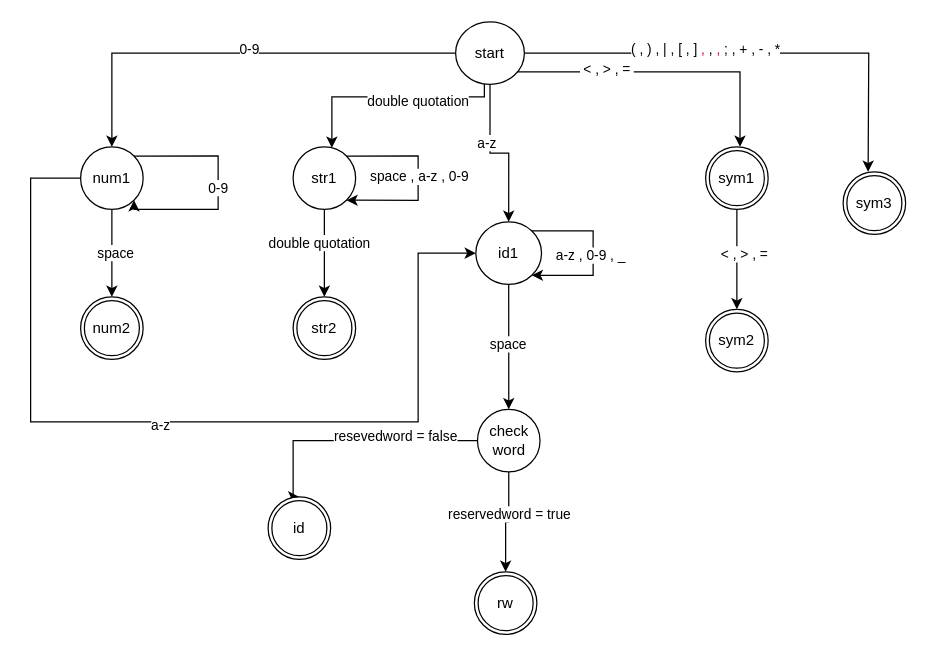
Above: transition diagram.drawio in kasrafouladi/DSAproject (draw.io), before the change. Source tidied: cells renumbered, new cells numbered last; positions are measured from the earlier drawing's top-left corner, leaving out a move shared by most shapes. Both pictures are drawn from the tidied source at 125%, with x=0, y=0 at pixel (30, 21).
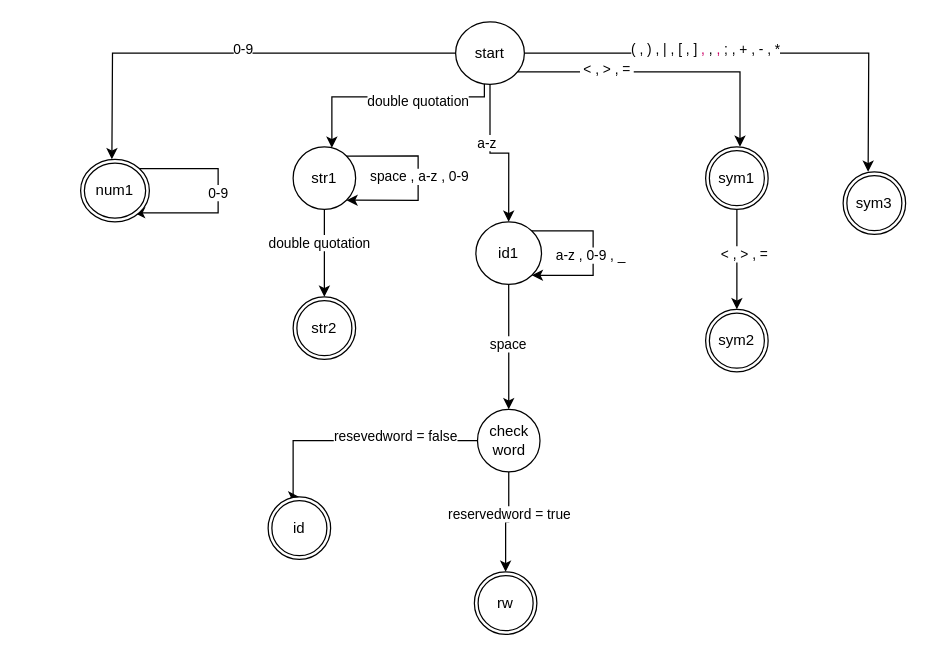
After the change.

The change refers to these unchanged cells:
```xml
<mxCell id="12" value="start" style="ellipse;whiteSpace=wrap;html=1;align=center;" parent="1" vertex="1">
  <mxGeometry x="340" width="55" height="50" as="geometry" />
</mxCell>
<mxCell id="29" value="id1" style="ellipse;whiteSpace=wrap;html=1;align=center;" parent="1" vertex="1">
  <mxGeometry x="356.2" y="160" width="52.5" height="50" as="geometry" />
</mxCell>
```

What changed in the source:
```diff
@@
-    <mxCell id="2" style="edgeStyle=orthogonalEdgeStyle;rounded=0;jettySize=auto;html=1;" parent="1" edge="1" source="12" target="17">
-      <mxGeometry relative="1" as="geometry" />
+    <mxCell id="2" style="edgeStyle=orthogonalEdgeStyle;rounded=0;jettySize=auto;html=1;" parent="1" edge="1" source="12">
+      <mxGeometry relative="1" as="geometry">
+        <mxPoint x="65" y="110" as="targetPoint" />
+      </mxGeometry>
     </mxCell>
@@
-    <mxCell id="13" style="edgeStyle=orthogonalEdgeStyle;rounded=0;jettySize=auto;html=1;" parent="1" edge="1" source="17" target="18">
-      <mxGeometry relative="1" as="geometry" />
-    </mxCell>
-    <mxCell id="14" value="space" style="edgeLabel;html=1;align=center;verticalAlign=middle;" parent="13" vertex="1">
-      <mxGeometry x="-0.03" y="2" relative="1" as="geometry" />
-    </mxCell>
-    <mxCell id="15" style="edgeStyle=orthogonalEdgeStyle;rounded=0;jettySize=auto;html=1;entryX=0;entryY=0.5;entryDx=0;entryDy=0;" parent="1" edge="1" source="17" target="29">
-      <mxGeometry relative="1" as="geometry">
-        <Array as="points">
-          <mxPoint y="125" />
-          <mxPoint y="320" />
-          <mxPoint x="310" y="320" />
-          <mxPoint x="310" y="185" />
-        </Array>
-      </mxGeometry>
-    </mxCell>
-    <mxCell id="16" value="a-z" style="edgeLabel;html=1;align=center;verticalAlign=middle;" parent="15" vertex="1">
-      <mxGeometry x="-0.07" y="-2" relative="1" as="geometry" />
-    </mxCell>
-    <mxCell id="17" value="num1" style="ellipse;whiteSpace=wrap;html=1;align=center;" parent="1" vertex="1">
-      <mxGeometry x="40" y="100" width="50" height="50" as="geometry" />
-    </mxCell>
-    <mxCell id="18" value="num2" style="ellipse;shape=doubleEllipse;margin=3;whiteSpace=wrap;html=1;align=center;" parent="1" vertex="1">
-      <mxGeometry x="40" y="220" width="50" height="50" as="geometry" />
-    </mxCell>
-    <mxCell id="19" style="edgeStyle=orthogonalEdgeStyle;rounded=0;orthogonalLoop=1;jettySize=auto;html=1;exitX=1;exitY=0;exitDx=0;exitDy=0;entryX=1;entryY=1;entryDx=0;entryDy=0;" parent="1" edge="1" source="17" target="17">
+    <mxCell id="19" style="edgeStyle=orthogonalEdgeStyle;rounded=0;orthogonalLoop=1;jettySize=auto;html=1;exitX=1;exitY=0;exitDx=0;exitDy=0;entryX=1;entryY=1;entryDx=0;entryDy=0;" parent="1" edge="1">
       <mxGeometry relative="1" as="geometry">
+        <mxPoint x="82.7" y="117.3" as="sourcePoint" />
+        <mxPoint x="82.7" y="152.7" as="targetPoint" />
         <Array as="points">
-          <mxPoint x="150" y="107" />
-          <mxPoint x="150" y="150" />
-          <mxPoint x="83" y="150" />
+          <mxPoint x="150" y="117" />
+          <mxPoint x="150" y="153" />
         </Array>
       </mxGeometry>
     </mxCell>
@@
+    <mxCell id="17" value="num1" style="ellipse;shape=doubleEllipse;margin=3;whiteSpace=wrap;html=1;align=center;" parent="1" vertex="1">
+      <mxGeometry x="40" y="110" width="55" height="50" as="geometry" />
+    </mxCell>
```
